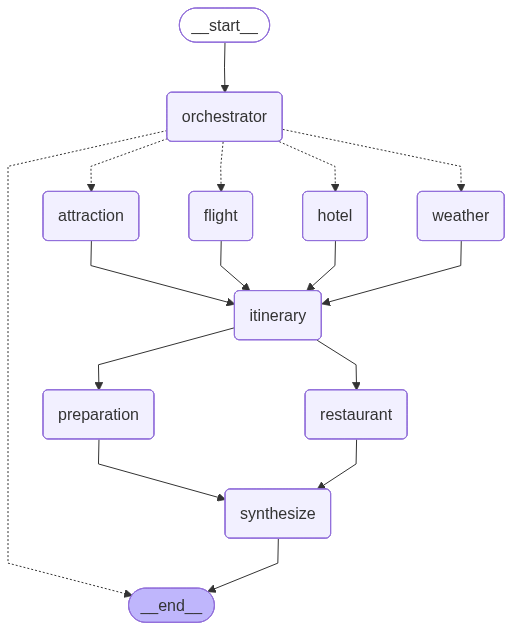
Before: fastapi/graph.png, a diagram exported from Mermaid (dotrongbinhf/TravelPlanner). Its source is kept beside it as fastapi/graph.mmd. Source of this version:
```mermaid
---
config:
  flowchart:
    curve: linear
---
graph TD;
	__start__([<p>__start__</p>]):::first
	orchestrator(orchestrator)
	flight(flight)
	hotel(hotel)
	attraction(attraction)
	weather(weather)
	itinerary(itinerary)
	restaurant(restaurant)
	preparation(preparation)
	synthesize(synthesize)
	__end__([<p>__end__</p>]):::last
	__start__ --> orchestrator;
	attraction --> itinerary;
	flight --> itinerary;
	hotel --> itinerary;
	itinerary --> preparation;
	itinerary --> restaurant;
	orchestrator -.-> __end__;
	orchestrator -.-> attraction;
	orchestrator -.-> flight;
	orchestrator -.-> hotel;
	orchestrator -.-> weather;
	preparation --> synthesize;
	restaurant --> synthesize;
	weather --> itinerary;
	synthesize --> __end__;
	classDef default fill:#f2f0ff,line-height:1.2
	classDef first fill-opacity:0
	classDef last fill:#bfb6fc
```
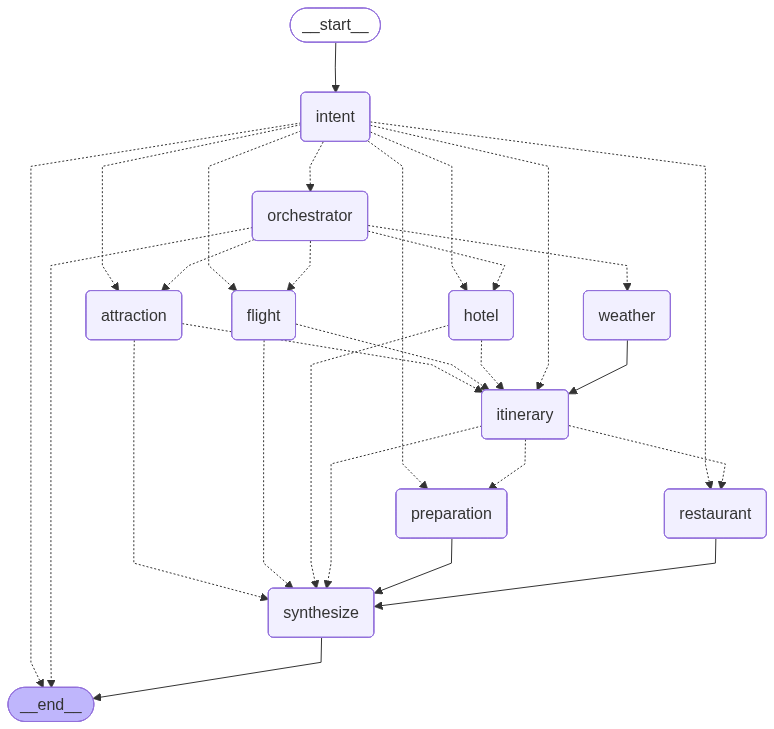
After the change.

The edit, as a diff of the source:
```diff
@@ -5,6 +5,7 @@
 ---
 graph TD;
 	__start__([<p>__start__</p>]):::first
+	intent(intent)
 	orchestrator(orchestrator)
 	flight(flight)
 	hotel(hotel)
@@ -14,13 +15,27 @@
 	restaurant(restaurant)
 	preparation(preparation)
 	synthesize(synthesize)
+	select_apply(select_apply)
 	__end__([<p>__end__</p>]):::last
-	__start__ --> orchestrator;
-	attraction --> itinerary;
-	flight --> itinerary;
-	hotel --> itinerary;
-	itinerary --> preparation;
-	itinerary --> restaurant;
+	__start__ --> intent;
+	attraction -.-> itinerary;
+	attraction -.-> synthesize;
+	flight -.-> itinerary;
+	flight -.-> synthesize;
+	hotel -.-> itinerary;
+	hotel -.-> synthesize;
+	intent -.-> __end__;
+	intent -.-> attraction;
+	intent -.-> flight;
+	intent -.-> hotel;
+	intent -.-> itinerary;
+	intent -.-> orchestrator;
+	intent -.-> preparation;
+	intent -.-> restaurant;
+	intent -.-> select_apply;
+	itinerary -.-> preparation;
+	itinerary -.-> restaurant;
+	itinerary -.-> synthesize;
 	orchestrator -.-> __end__;
 	orchestrator -.-> attraction;
 	orchestrator -.-> flight;
@@ -28,6 +43,9 @@
 	orchestrator -.-> weather;
 	preparation --> synthesize;
 	restaurant --> synthesize;
+	select_apply -.-> __end__;
+	select_apply -.-> itinerary;
+	select_apply -.-> synthesize;
 	weather --> itinerary;
 	synthesize --> __end__;
 	classDef default fill:#f2f0ff,line-height:1.2
```
